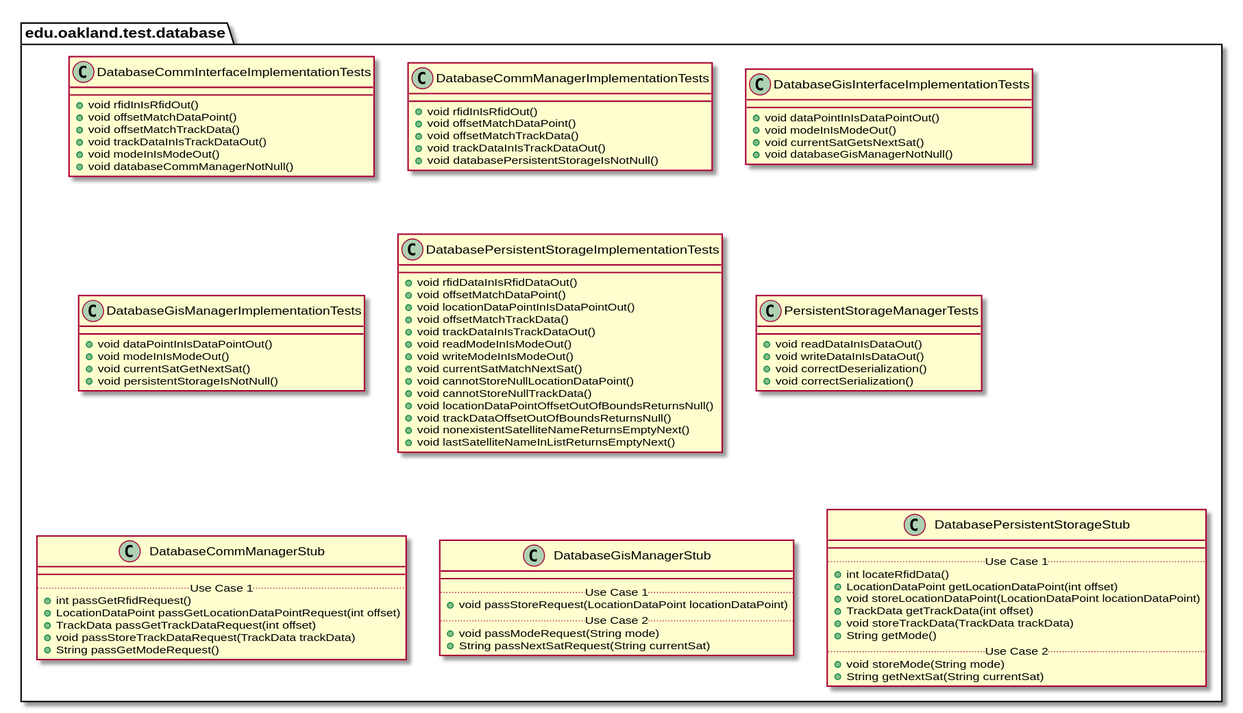
Above: docs/uml-class-diagrams/database/test/DatabaseTestPackage.svg in andrewdimmer/csi-3370-software-project (PlantUML), before the change. Its diagram source:
```plantuml
@startuml DatabaseTestPackage

package edu.oakland.test.database {

}


package edu.oakland.test.database {
    class DatabaseCommInterfaceImplementationTests {
        + void rfidInIsRfidOut()
        + void offsetMatchDataPoint()
        + void offsetMatchTrackData()
        + void trackDataInIsTrackDataOut()
        + void modeInIsModeOut()
        + void databaseCommManagerNotNull()
    }
}


package edu.oakland.test.database {
    class DatabaseCommManagerImplementationTests {
        + void rfidInIsRfidOut()
        + void offsetMatchDataPoint()
        + void offsetMatchTrackData()
        + void trackDataInIsTrackDataOut()
        + void databasePersistentStorageIsNotNull()
    }
}


package edu.oakland.test.database {
    class DatabaseGisInterfaceImplementationTests {
        + void dataPointInIsDataPointOut()
        + void modeInIsModeOut()
        + void currentSatGetsNextSat()
        + void databaseGisManagerNotNull()
    }
}


package edu.oakland.test.database {
    class DatabaseGisManagerImplementationTests {
        + void dataPointInIsDataPointOut()
        + void modeInIsModeOut()
        + void currentSatGetNextSat()
        + void persistentStorageIsNotNull()
    }
}


package edu.oakland.test.database {
    class DatabasePersistentStorageImplementationTests {
        + void rfidDataInIsRfidDataOut()
        + void offsetMatchDataPoint()
        + void locationDataPointInIsDataPointOut()
        + void offsetMatchTrackData()
        + void trackDataInIsTrackDataOut()
        + void readModeInIsModeOut()
        + void writeModeInIsModeOut()
        + void currentSatMatchNextSat()
        + void cannotStoreNullLocationDataPoint()
        + void cannotStoreNullTrackData()
        + void locationDataPointOffsetOutOfBoundsReturnsNull()
        + void trackDataOffsetOutOfBoundsReturnsNull()
        + void nonexistentSatelliteNameReturnsEmptyNext()
        + void lastSatelliteNameInListReturnsEmptyNext()
    }
}


package edu.oakland.test.database {
    class PersistentStorageManagerTests {
        + void readDataInIsDataOut()
        + void writeDataInIsDataOut()
        + void correctDeserialization()
        + void correctSerialization()
    }
}


package edu.oakland.test.database {
    class DatabaseCommManagerStub {
        __
        .. Use Case 1 ..
        + int passGetRfidRequest()
        + LocationDataPoint passGetLocationDataPointRequest(int offset)
        + TrackData passGetTrackDataRequest(int offset)
        + void passStoreTrackDataRequest(TrackData trackData)
        + String passGetModeRequest()
    }
}


package edu.oakland.test.database {
    class DatabaseGisManagerStub {
        __
        .. Use Case 1 ..
        + void passStoreRequest(LocationDataPoint locationDataPoint)
        .. Use Case 2 ..
        + void passModeRequest(String mode)
        + String passNextSatRequest(String currentSat)
    }
}


package edu.oakland.test.database {
    class DatabasePersistentStorageStub {
        __
        .. Use Case 1 ..
        + int locateRfidData()
        + LocationDataPoint getLocationDataPoint(int offset)
        + void storeLocationDataPoint(LocationDataPoint locationDataPoint)
        + TrackData getTrackData(int offset)
        + void storeTrackData(TrackData trackData)
        + String getMode()
        .. Use Case 2 ..
        + void storeMode(String mode)
        + String getNextSat(String currentSat)
    }
}


@enduml
```
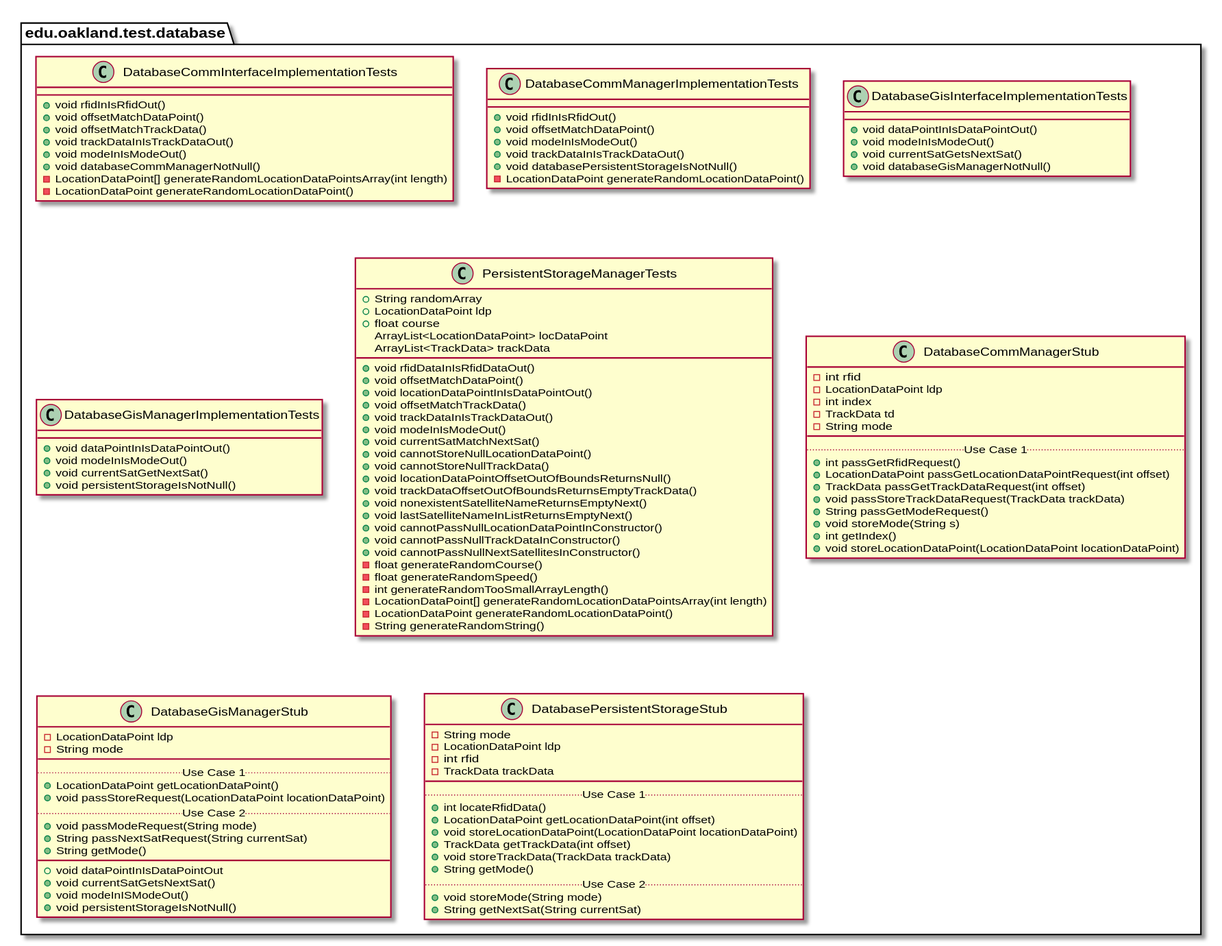
Later version of the same file.

The edit, as a diff of the source:
```diff
@@ -13,6 +13,8 @@
         + void trackDataInIsTrackDataOut()
         + void modeInIsModeOut()
         + void databaseCommManagerNotNull()
+        - LocationDataPoint[] generateRandomLocationDataPointsArray(int length)
+        - LocationDataPoint generateRandomLocationDataPoint()
     }
 }
 
@@ -21,9 +23,10 @@
     class DatabaseCommManagerImplementationTests {
         + void rfidInIsRfidOut()
         + void offsetMatchDataPoint()
-        + void offsetMatchTrackData()
+        + void modeInIsModeOut()
         + void trackDataInIsTrackDataOut()
         + void databasePersistentStorageIsNotNull()
+        - LocationDataPoint generateRandomLocationDataPoint()
     }
 }
 
@@ -49,37 +52,45 @@
 
 
 package edu.oakland.test.database {
-    class DatabasePersistentStorageImplementationTests {
+    class PersistentStorageManagerTests {
+        + String randomArray
+        + LocationDataPoint ldp
+        + float course
+        ArrayList<LocationDataPoint> locDataPoint
+        ArrayList<TrackData> trackData
         + void rfidDataInIsRfidDataOut()
         + void offsetMatchDataPoint()
         + void locationDataPointInIsDataPointOut()
         + void offsetMatchTrackData()
         + void trackDataInIsTrackDataOut()
-        + void readModeInIsModeOut()
-        + void writeModeInIsModeOut()
+        + void modeInIsModeOut()
         + void currentSatMatchNextSat()
         + void cannotStoreNullLocationDataPoint()
         + void cannotStoreNullTrackData()
         + void locationDataPointOffsetOutOfBoundsReturnsNull()
-        + void trackDataOffsetOutOfBoundsReturnsNull()
+        + void trackDataOffsetOutOfBoundsReturnsEmptyTrackData()
         + void nonexistentSatelliteNameReturnsEmptyNext()
         + void lastSatelliteNameInListReturnsEmptyNext()
-    }
-}
-
-
-package edu.oakland.test.database {
-    class PersistentStorageManagerTests {
-        + void readDataInIsDataOut()
-        + void writeDataInIsDataOut()
-        + void correctDeserialization()
-        + void correctSerialization()
+        + void cannotPassNullLocationDataPointInConstructor()
+        + void cannotPassNullTrackDataInConstructor()
+        + void cannotPassNullNextSatellitesInConstructor()
+        - float generateRandomCourse()
+        - float generateRandomSpeed()
+        - int generateRandomTooSmallArrayLength()
+        - LocationDataPoint[] generateRandomLocationDataPointsArray(int length)
+        - LocationDataPoint generateRandomLocationDataPoint()
+        - String generateRandomString()
     }
 }
 
 
 package edu.oakland.test.database {
     class DatabaseCommManagerStub {
+        - int rfid
+        - LocationDataPoint ldp
+        - int index
+        - TrackData td
+        - String mode
         __
         .. Use Case 1 ..
         + int passGetRfidRequest()
@@ -87,6 +98,25 @@
         + TrackData passGetTrackDataRequest(int offset)
         + void passStoreTrackDataRequest(TrackData trackData)
         + String passGetModeRequest()
+        + void storeMode(String s)
+        + int getIndex()
+        + void storeLocationDataPoint(LocationDataPoint locationDataPoint)
+    }
+}
+
+
+package edu.oakland.test.database {
+    class DatabaseGisManagerStub {
+        - LocationDataPoint ldp
+        - String mode
+        __
+        .. Use Case 1 ..
+        + LocationDataPoint getLocationDataPoint()
+        + void passStoreRequest(LocationDataPoint locationDataPoint)
+        .. Use Case 2 ..
+        + void passModeRequest(String mode)
+        + String passNextSatRequest(String currentSat)
+        + String getMode()
     }
 }
 
@@ -94,17 +124,20 @@
 package edu.oakland.test.database {
     class DatabaseGisManagerStub {
         __
-        .. Use Case 1 ..
-        + void passStoreRequest(LocationDataPoint locationDataPoint)
-        .. Use Case 2 ..
-        + void passModeRequest(String mode)
-        + String passNextSatRequest(String currentSat)
+        + void dataPointInIsDataPointOut
+        + void currentSatGetsNextSat()
+        + void modeInISModeOut()
+        + void persistentStorageIsNotNull()
     }
 }
 
 
 package edu.oakland.test.database {
     class DatabasePersistentStorageStub {
+        - String mode
+        - LocationDataPoint ldp
+        - int rfid
+        - TrackData trackData
         __
         .. Use Case 1 ..
         + int locateRfidData()
```
